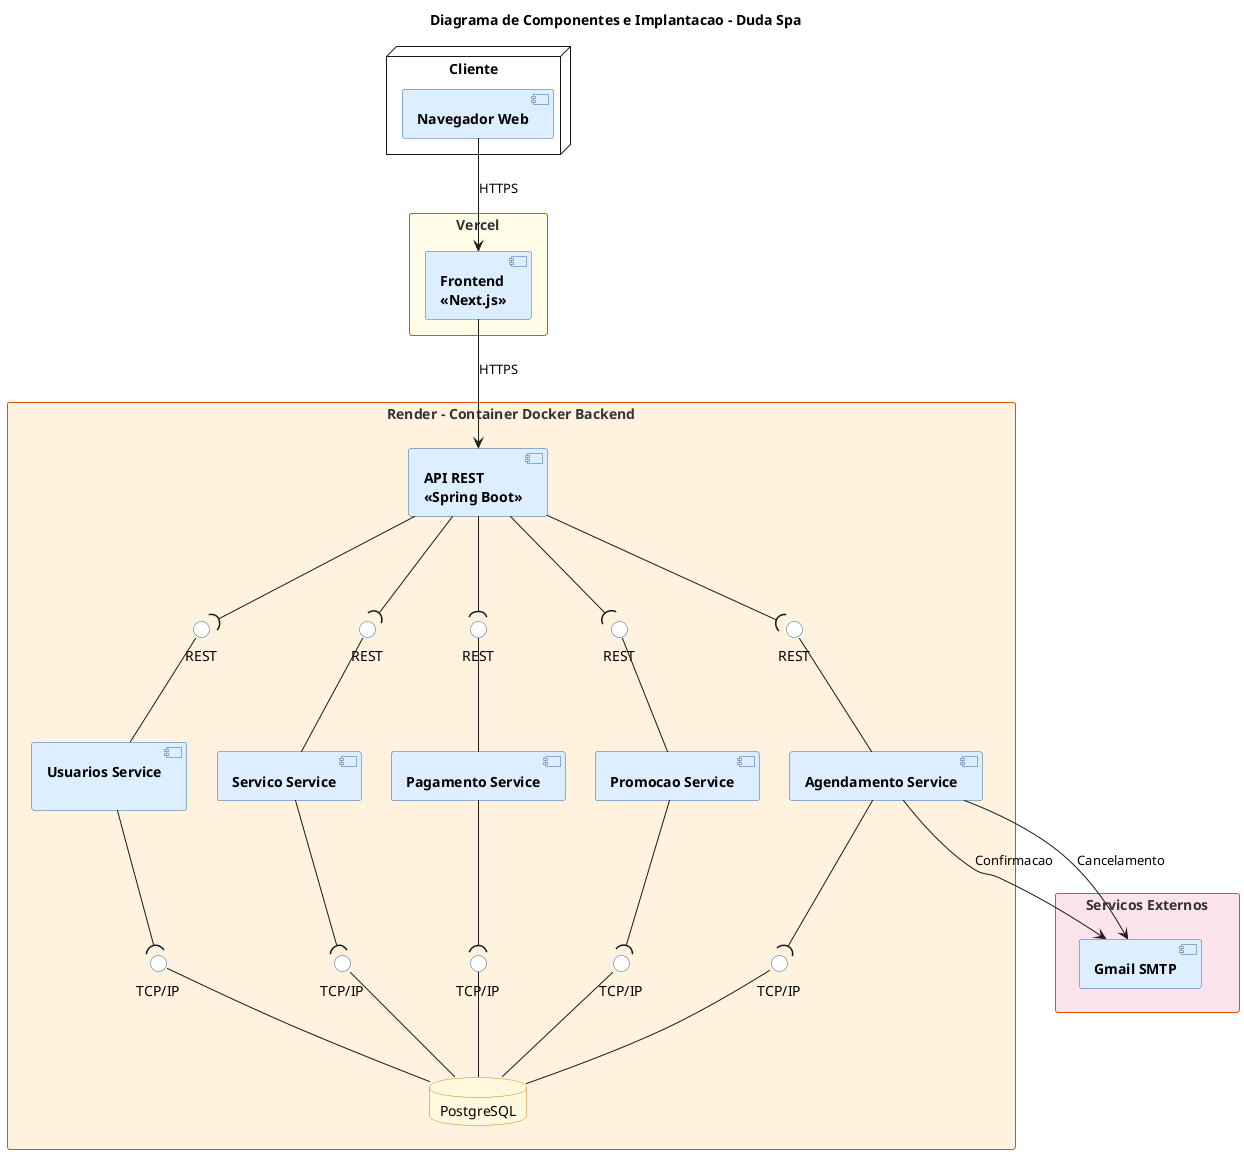
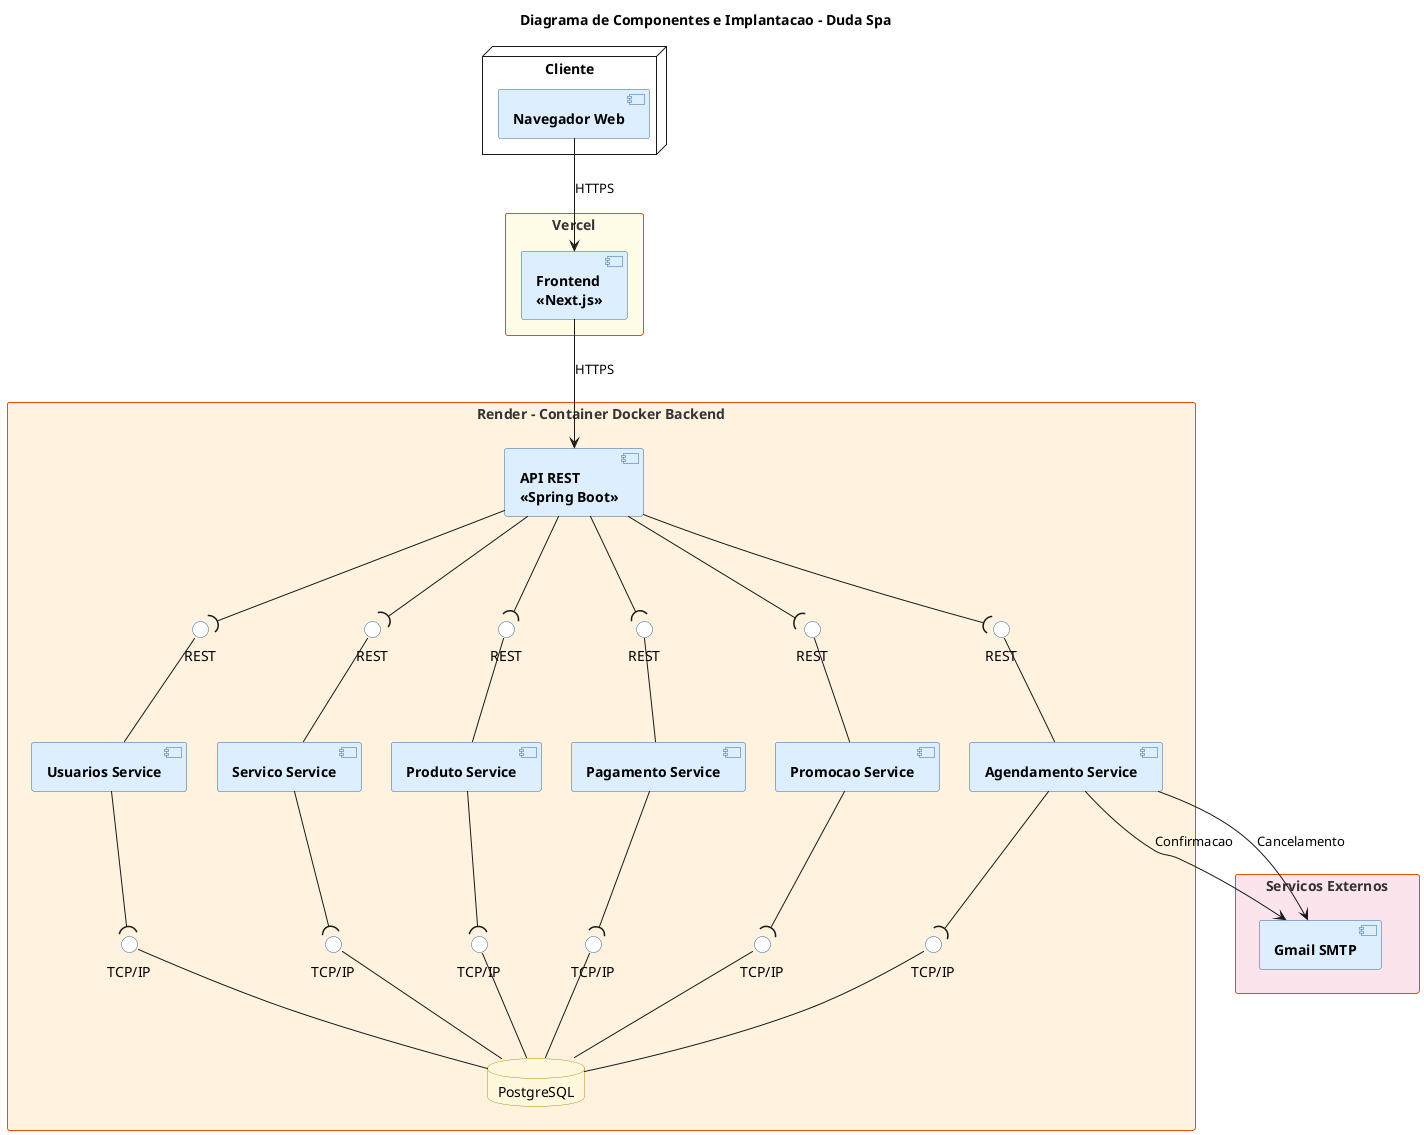
@startuml componentes

title Diagrama de Componentes e Implantacao - Duda Spa

skinparam nodesep 30
skinparam ranksep 80

skinparam component {
  BackgroundColor #DDEEFF
  BorderColor #336699
  FontStyle bold
}

skinparam database {
  BackgroundColor #FFF8DC
  BorderColor #B8860B
}

skinparam rectangle {
  BorderColor #E65100
  FontColor #333
}

skinparam interface {
  BackgroundColor #FFFFFF
  BorderColor #336699
}

node "Cliente" {
- 
    [Navegador Web] as WEB
- 
}

rectangle "Vercel" as VERCEL #FFFDE7 {
- 
    [Frontend\n<<Next.js>>] as FRONT
- 
}

WEB --> FRONT : HTTPS

rectangle "Render - Container Docker Backend" as DOCKER #FFF3E0 {

    [API REST\n<<Spring Boot>>] as API

- 
    interface "REST" as iUSER
    interface "REST" as iAG
    interface "REST" as iSERV
+     interface "REST" as iPROD
    interface "REST" as iPAG
    interface "REST" as iPROM
- 

    API --( iUSER
    API --( iAG
    API --( iSERV
+     API --( iPROD
    API --( iPAG
    API --( iPROM

- 
-     [Usuarios Service\n] as USERS
- 
+     [Usuarios Service] as USERS
    [Agendamento Service] as AG
- 
    [Servico Service] as SERV
- 
+     [Produto Service] as PROD
    [Pagamento Service] as PAG
- 
    [Promocao Service] as PROM
- 

    USERS -up- iUSER
    AG -up- iAG
    SERV -up- iSERV
+     PROD -up- iPROD
    PAG -up- iPAG
    PROM -up- iPROM
- 

    interface "TCP/IP" as iDB2
    interface "TCP/IP" as iDB3
    interface "TCP/IP" as iDB4
    interface "TCP/IP" as iDB5
+     interface "TCP/IP" as iDB6
    interface "TCP/IP" as iDB7

    database "PostgreSQL" as DB
- 

    USERS --( iDB2
    AG --( iDB3
    SERV --( iDB4
    PAG --( iDB5
+     PROD --( iDB6
    PROM --( iDB7
- 

    iDB2 -down- DB
    iDB3 -down- DB
    iDB4 -down- DB
    iDB5 -down- DB
+     iDB6 -down- DB
    iDB7 -down- DB
- 
}

FRONT --> API : HTTPS

rectangle "Servicos Externos" as EXT #FCE4EC {
- 
    [Gmail SMTP] as GMAIL
- 
}
- 

AG --> GMAIL : Confirmacao
AG --> GMAIL : Cancelamento

USERS -[hidden]right- AG
AG -[hidden]right- SERV
- SERV -[hidden]right- PAG
- 
+ SERV -[hidden]right- PROD
+ PROD -[hidden]right- PAG

DOCKER -[hidden]down- EXT

@enduml